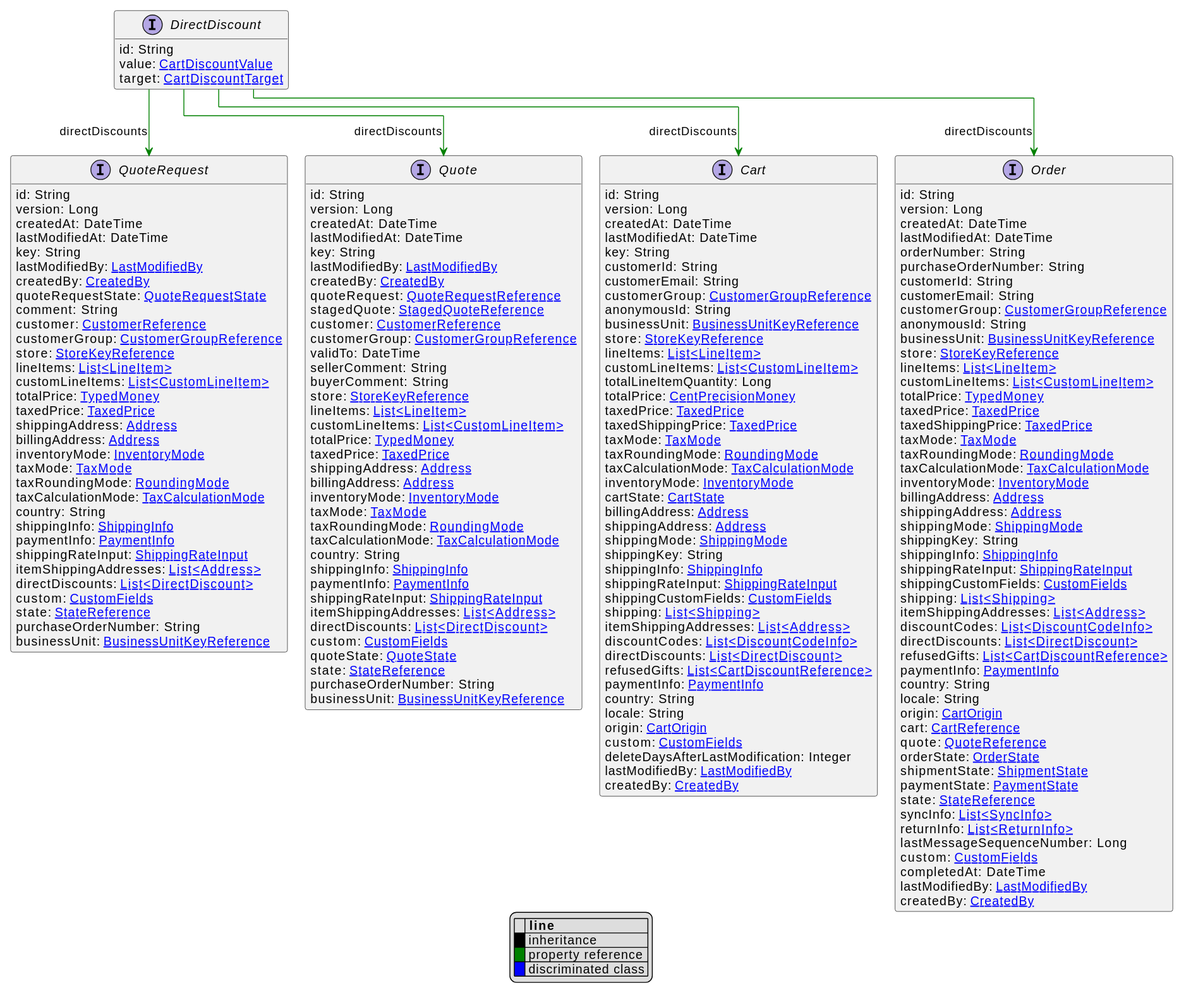
The PlantUML diagram uml/api/svg/DirectDiscount.svg in commercetools/commercetools-api-reference, before a commit.
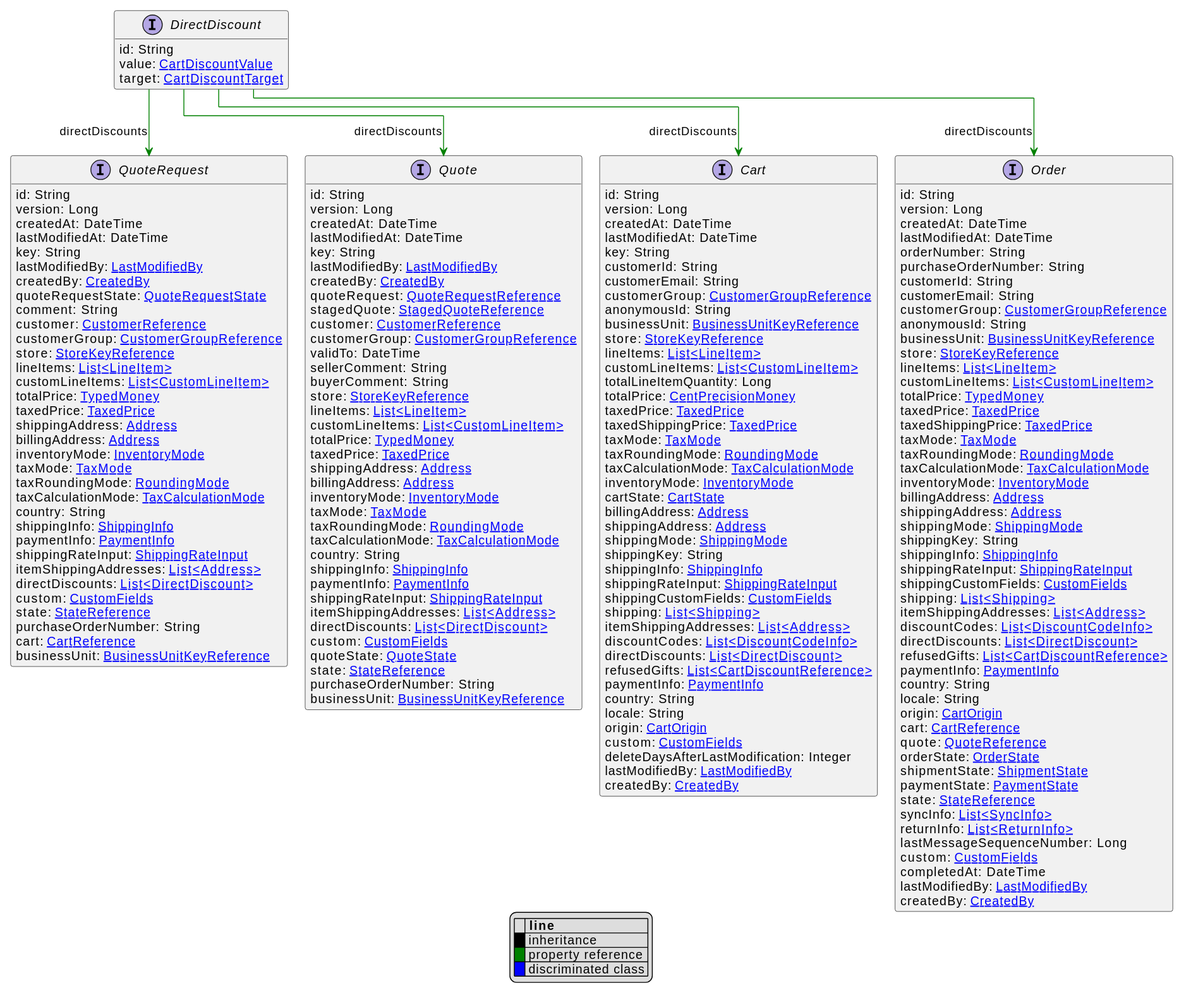
After the change.

The edit, as a diff of the source:
```diff
@@ -144,6 +144,7 @@
     custom: [[CustomFields.svg CustomFields]]
     state: [[StateReference.svg StateReference]]
     purchaseOrderNumber: String
+    cart: [[CartReference.svg CartReference]]
     businessUnit: [[BusinessUnitKeyReference.svg BusinessUnitKeyReference]]
 }
 interface Quote [[Quote.svg]]  {
```
